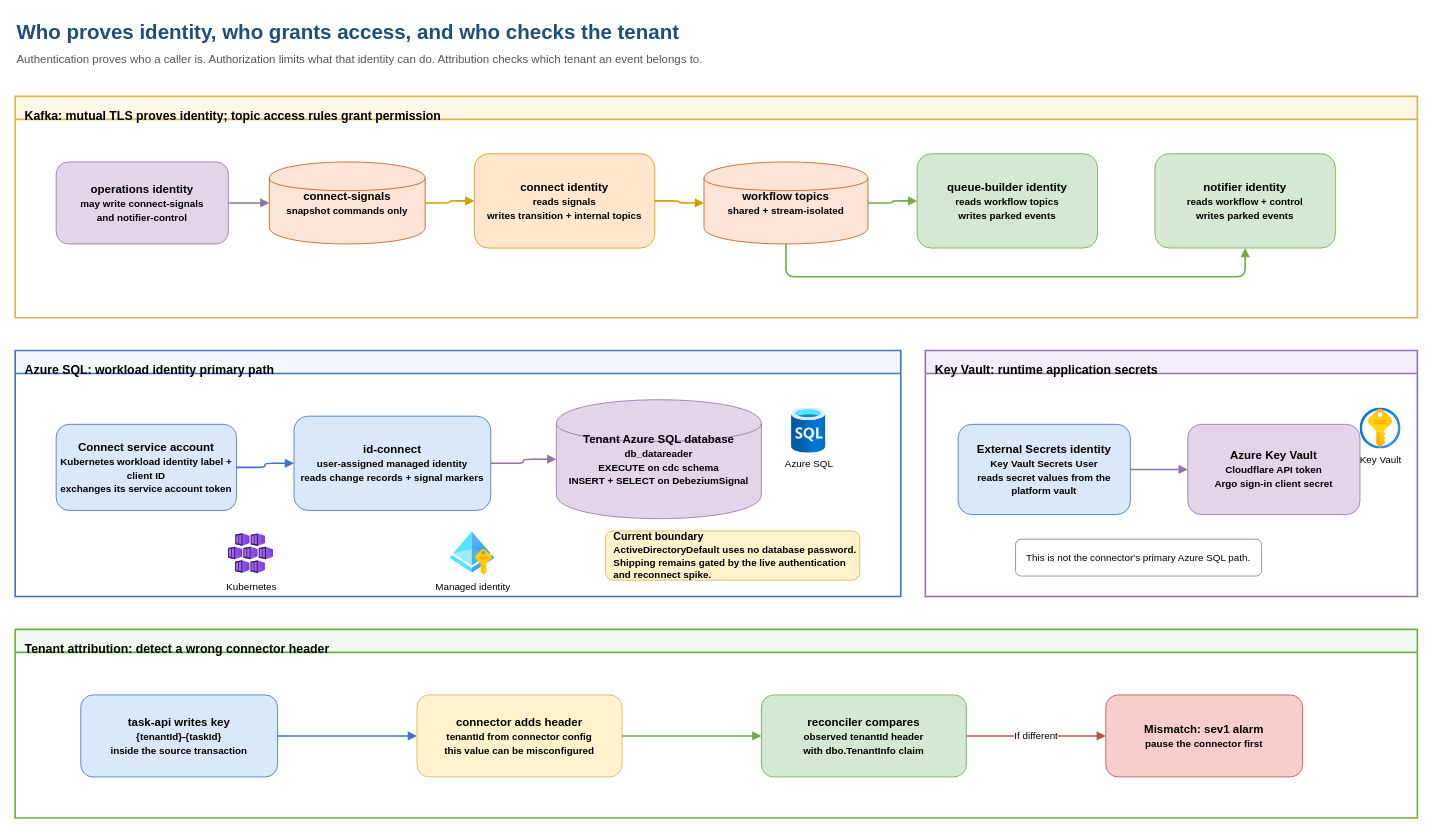
The draw.io diagram docs/diagrams/identity-permissions.drawio in collaborationwithothers/cdc-platform-azure, before the edit. Source tidied: cells renumbered, new cells numbered last; positions are measured from the earlier drawing's top-left corner, leaving out a move shared by most shapes. Both pictures are drawn from the tidied source at 82%, with x=0, y=0 at pixel (15, 14).
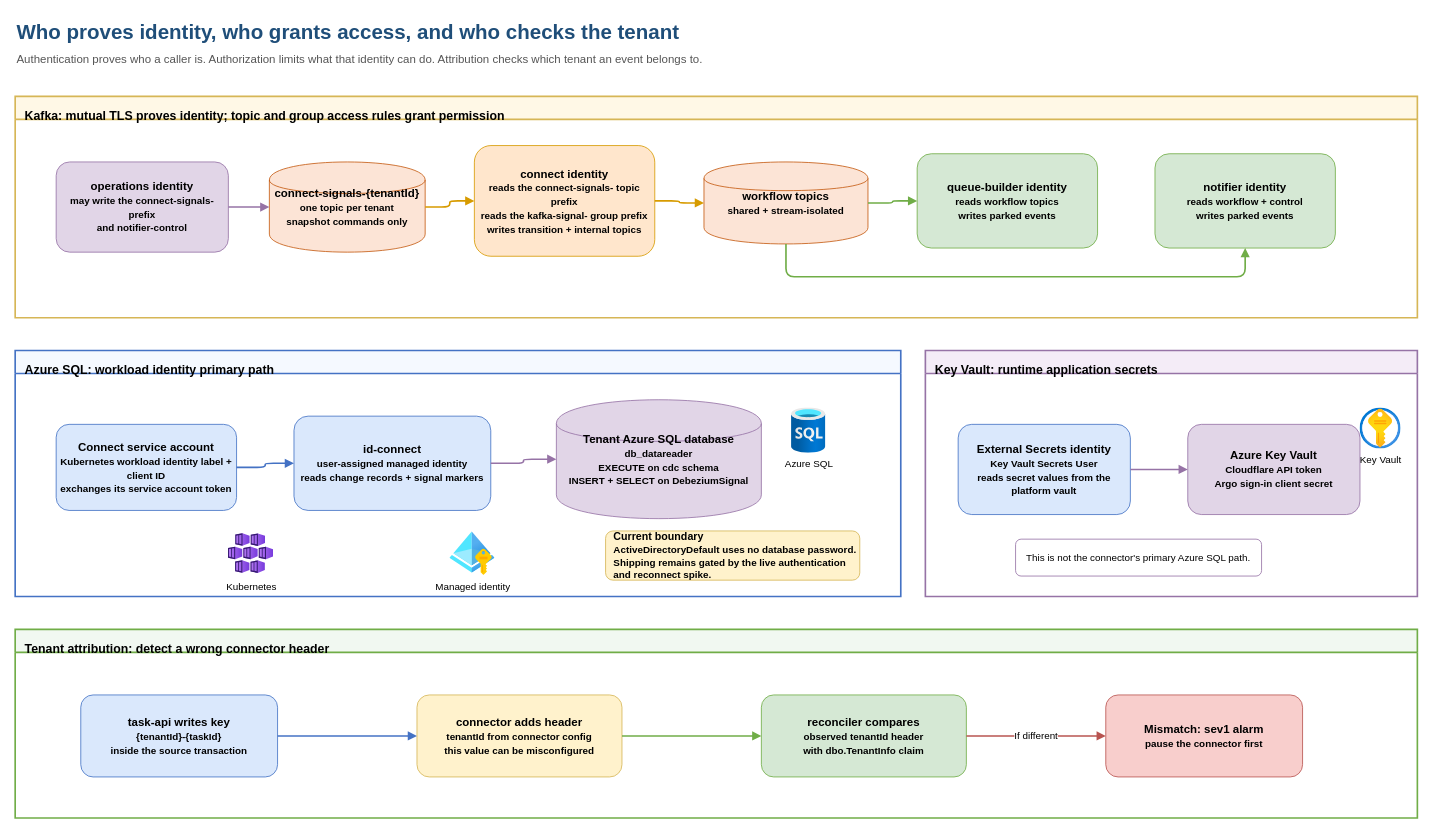
The same diagram, later.

Commit message (it also covers changes not shown here):
Align signal isolation diagrams and test guide

Unchanged cells that the change refers to:
```xml
<mxCell id="8" value="workflow topics&lt;br&gt;&lt;font style=&quot;font-size:12px&quot;&gt;shared + stream-isolated&lt;/font&gt;" style="shape=cylinder;whiteSpace=wrap;html=1;fillColor=#fce4d6;strokeColor=#c55a11;fontSize=14;fontStyle=1;" parent="1" vertex="1">
  <mxGeometry x="840" y="180" width="200" height="100" as="geometry" />
</mxCell>
<mxCell id="10" value="notifier identity&lt;br&gt;&lt;font style=&quot;font-size:12px&quot;&gt;reads workflow + control&lt;br&gt;writes parked events&lt;/font&gt;" style="rounded=1;whiteSpace=wrap;html=1;fillColor=#d5e8d4;strokeColor=#70ad47;fontSize=14;fontStyle=1;" parent="1" vertex="1">
  <mxGeometry x="1390" y="170" width="220" height="115" as="geometry" />
</mxCell>
```

What changed in the source:
```diff
@@
-    <mxCell id="4" value="Kafka: mutual TLS proves identity; topic access rules grant permission" style="swimlane;startSize=28;whiteSpace=wrap;html=1;fillColor=#fff8e6;strokeColor=#d6b656;strokeWidth=2;verticalAlign=top;align=left;spacingLeft=10;spacingTop=8;fontSize=15;fontStyle=1;" parent="1" vertex="1">
+    <mxCell id="4" value="Kafka: mutual TLS proves identity; topic and group access rules grant permission" style="swimlane;startSize=28;whiteSpace=wrap;html=1;fillColor=#fff8e6;strokeColor=#d6b656;strokeWidth=2;verticalAlign=top;align=left;spacingLeft=10;spacingTop=8;fontSize=15;fontStyle=1;" parent="1" vertex="1">
       <mxGeometry y="100" width="1710" height="270" as="geometry" />
     </mxCell>
-    <mxCell id="5" value="operations identity&lt;br&gt;&lt;font style=&quot;font-size:12px&quot;&gt;may write connect-signals&lt;br&gt;and notifier-control&lt;/font&gt;" style="rounded=1;whiteSpace=wrap;html=1;fillColor=#e1d5e7;strokeColor=#9673a6;fontSize=14;fontStyle=1;" parent="1" vertex="1">
-      <mxGeometry x="50" y="180" width="210" height="100" as="geometry" />
+    <mxCell id="5" value="operations identity&lt;br&gt;&lt;font style=&quot;font-size:12px&quot;&gt;may write the connect-signals- prefix&lt;br&gt;and notifier-control&lt;/font&gt;" style="rounded=1;whiteSpace=wrap;html=1;fillColor=#e1d5e7;strokeColor=#9673a6;fontSize=14;fontStyle=1;" parent="1" vertex="1">
+      <mxGeometry x="50" y="180" width="210" height="110" as="geometry" />
     </mxCell>
-    <mxCell id="6" value="connect-signals&lt;br&gt;&lt;font style=&quot;font-size:12px&quot;&gt;snapshot commands only&lt;/font&gt;" style="shape=cylinder;whiteSpace=wrap;html=1;fillColor=#fce4d6;strokeColor=#c55a11;fontSize=14;fontStyle=1;" parent="1" vertex="1">
-      <mxGeometry x="310" y="180" width="190" height="100" as="geometry" />
+    <mxCell id="6" value="connect-signals-{tenantId}&lt;br&gt;&lt;font style=&quot;font-size:12px&quot;&gt;one topic per tenant&lt;br&gt;snapshot commands only&lt;/font&gt;" style="shape=cylinder;whiteSpace=wrap;html=1;fillColor=#fce4d6;strokeColor=#c55a11;fontSize=14;fontStyle=1;" parent="1" vertex="1">
+      <mxGeometry x="310" y="180" width="190" height="110" as="geometry" />
     </mxCell>
-    <mxCell id="7" value="connect identity&lt;br&gt;&lt;font style=&quot;font-size:12px&quot;&gt;reads signals&lt;br&gt;writes transition + internal topics&lt;/font&gt;" style="rounded=1;whiteSpace=wrap;html=1;fillColor=#ffe6cc;strokeColor=#d79b00;fontSize=14;fontStyle=1;" parent="1" vertex="1">
-      <mxGeometry x="560" y="170" width="220" height="115" as="geometry" />
+    <mxCell id="7" value="connect identity&lt;br&gt;&lt;font style=&quot;font-size:12px&quot;&gt;reads the connect-signals- topic prefix&lt;br&gt;reads the kafka-signal- group prefix&lt;br&gt;writes transition + internal topics&lt;/font&gt;" style="rounded=1;whiteSpace=wrap;html=1;fillColor=#ffe6cc;strokeColor=#d79b00;fontSize=14;fontStyle=1;" parent="1" vertex="1">
+      <mxGeometry x="560" y="160" width="220" height="135" as="geometry" />
     </mxCell>
@@
-    <mxCell id="33" style="edgeStyle=orthogonalEdgeStyle;rounded=1;html=1;strokeColor=#70ad47;strokeWidth=2;endArrow=block;flowAnimation=1;exitX=0.5;exitY=1;entryX=0.5;entryY=1;exitX=0.5;exitY=1.0;exitDx=0;exitDy=0;exitPerimeter=0;entryX=0.5;entryY=1.0;entryDx=0;entryDy=0;entryPerimeter=0;exitX=0.5;exitY=1.0;exitDx=0;exitDy=0;exitPerimeter=0;entryX=0.5;entryY=1.0;entryDx=0;entryDy=0;entryPerimeter=0;exitX=0.5;exitY=1.0;exitDx=0;exitDy=0;exitPerimeter=0;entryX=0.5;entryY=1.0;entryDx=0;entryDy=0;entryPerimeter=0;exitX=0.5;exitY=1.0;exitDx=0;exitDy=0;exitPerimeter=0;entryX=0.5;entryY=1.0;entryDx=0;entryDy=0;entryPerimeter=0;" parent="1" edge="1" source="8" target="10">
+    <mxCell id="33" style="edgeStyle=orthogonalEdgeStyle;rounded=1;html=1;strokeColor=#70ad47;strokeWidth=2;endArrow=block;flowAnimation=1;exitX=0.5;exitY=1;entryX=0.5;entryY=1;exitX=0.5;exitY=1.0;exitDx=0;exitDy=0;exitPerimeter=0;entryX=0.5;entryY=1.0;entryDx=0;entryDy=0;entryPerimeter=0;exitX=0.5;exitY=1.0;exitDx=0;exitDy=0;exitPerimeter=0;entryX=0.5;entryY=1.0;entryDx=0;entryDy=0;entryPerimeter=0;exitX=0.5;exitY=1.0;exitDx=0;exitDy=0;exitPerimeter=0;entryX=0.5;entryY=1.0;entryDx=0;entryDy=0;entryPerimeter=0;exitX=0.5;exitY=1.0;exitDx=0;exitDy=0;exitPerimeter=0;entryX=0.5;entryY=1.0;entryDx=0;entryDy=0;entryPerimeter=0;exitX=0.5;exitY=1.0;exitDx=0;exitDy=0;exitPerimeter=0;entryX=0.5;entryY=1.0;entryDx=0;entryDy=0;entryPerimeter=0;" parent="1" edge="1" source="8" target="10">
       <mxGeometry relative="1" as="geometry">
         <Array as="points">
           <mxPoint x="940" y="320" />
           <mxPoint x="1500" y="320" />
         </Array>
       </mxGeometry>
     </mxCell>
```
